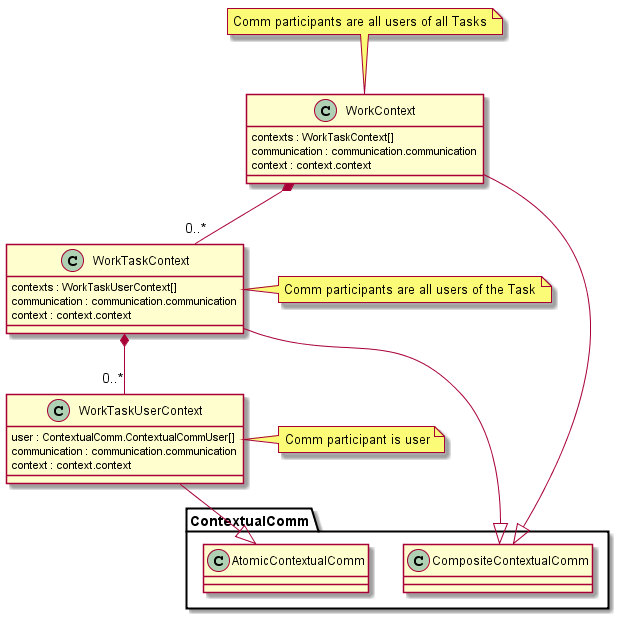
Before: docs/work-context-design.png, a diagram exported from PlantUML (reTHINK-project/dev-smart-contextual-assistance-app).
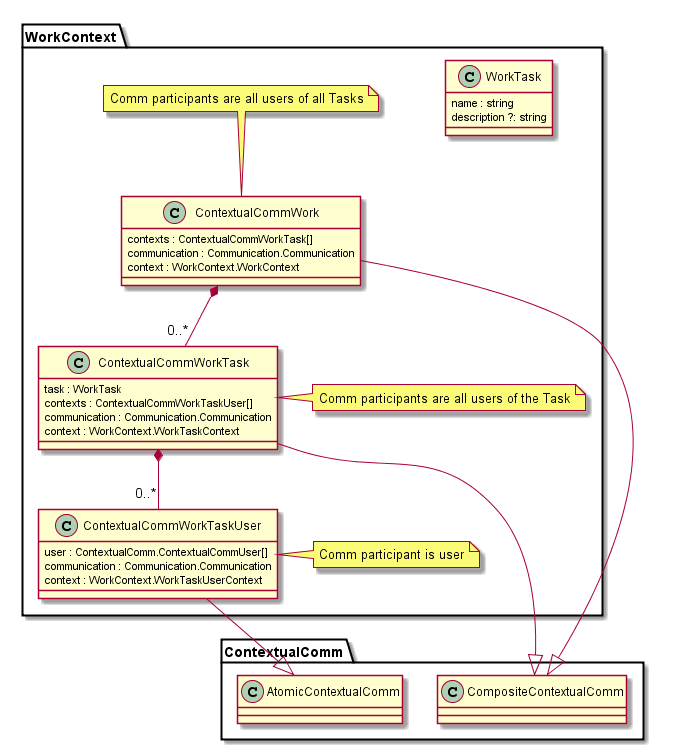
Above is the later version.

The edit, as a diff of the source:
```diff
@@ -1,38 +1,46 @@
 @startuml "work-context-design.png"
 
-  class WorkContext {
-  contexts : WorkTaskContext[]
-  communication : communication.communication
-  context : context.context
+Package WorkContext {
+
+  class WorkTask {
+  name : string
+  description ?: string
+  }
+
+  class ContextualCommWork {
+  contexts : ContextualCommWorkTask[]
+  communication : Communication.Communication
+  context : WorkContext.WorkContext
   }
 
   note top : Comm participants are all users of all Tasks
 
-  class WorkTaskContext {
-  contexts : WorkTaskUserContext[]
-  communication : communication.communication
-  context : context.context
+  class ContextualCommWorkTask {
+  task : WorkTask
+  contexts : ContextualCommWorkTaskUser[]
+  communication : Communication.Communication
+  context : WorkContext.WorkTaskContext
   }
 
   note right : Comm participants are all users of the Task
 
-  class WorkTaskUserContext {
+  class ContextualCommWorkTaskUser {
   user : ContextualComm.ContextualCommUser[]
-  communication : communication.communication
-  context : context.context
+  communication : Communication.Communication
+  context : WorkContext.WorkTaskUserContext
   }
 
   note right : Comm participant is user
 
 
-  WorkContext -|> ContextualComm.CompositeContextualComm
+  ContextualCommWork -|> ContextualComm.CompositeContextualComm
 
-	WorkContext *-down- "0..*" WorkTaskContext
+	ContextualCommWork *-down- "0..*" ContextualCommWorkTask
 
-  WorkTaskContext -|> ContextualComm.CompositeContextualComm
+  ContextualCommWorkTask -|> ContextualComm.CompositeContextualComm
 
-	WorkTaskContext *-- "0..*" WorkTaskUserContext
+	ContextualCommWorkTask *-- "0..*" ContextualCommWorkTaskUser
 
-	WorkTaskUserContext -|> ContextualComm.AtomicContextualComm
-
+	ContextualCommWorkTaskUser -|> ContextualComm.AtomicContextualComm
+}
 @enduml
```
